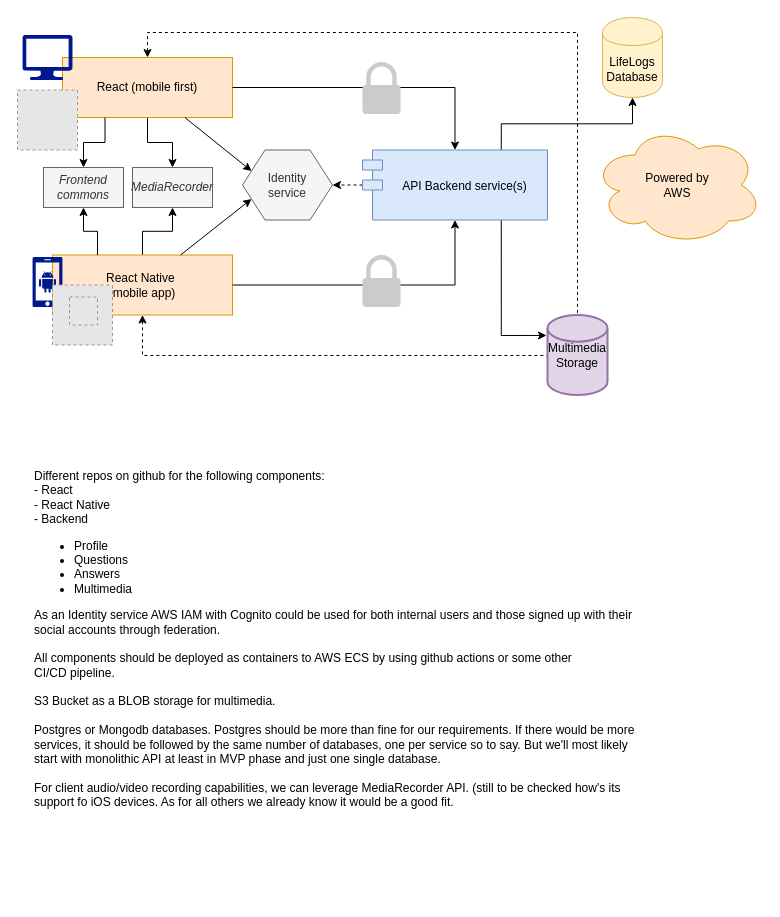
Before: Life Logs Overview.drawio in gmarkoss/life-logs-poc, a draw.io diagram. Source tidied: cells renumbered, new cells numbered last; positions are measured from the earlier drawing's top-left corner, leaving out a move shared by most shapes. Both pictures are drawn from the tidied source at 100%, with x=0, y=0 at pixel (17, 17). Pictures stored in the file or linked from it are replaced by grey dashed boxes.
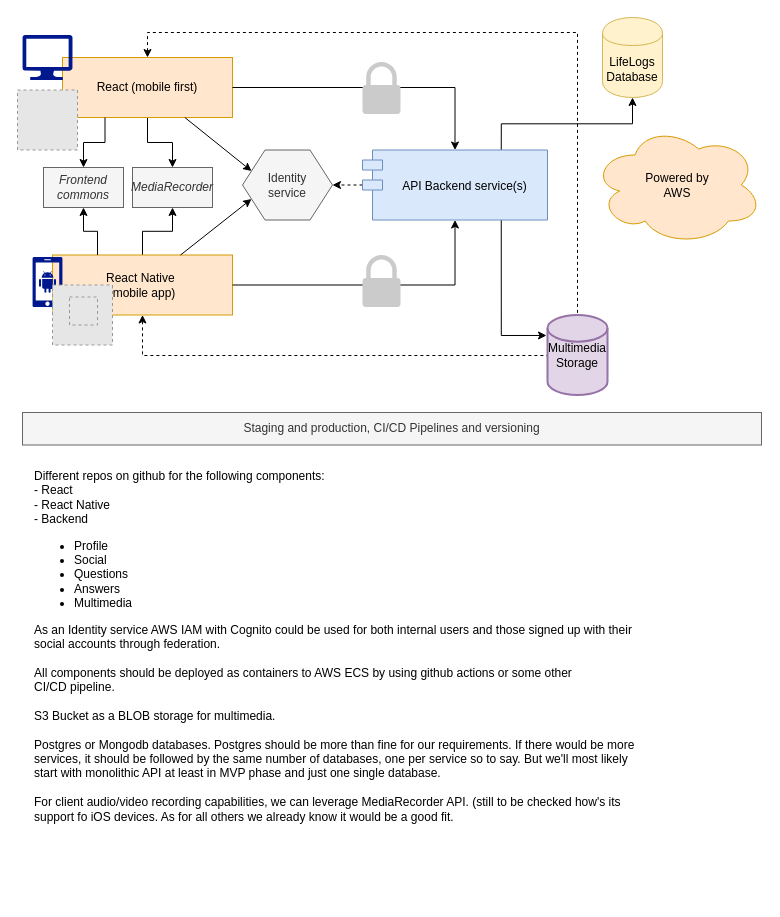
The same diagram, later.

What changed in the source:
```diff
@@
-    <mxCell id="26" value="Different repos on github for the following components:&lt;br&gt;- React&lt;br&gt;- React Native&lt;br&gt;- Backend&lt;br&gt;&lt;ul&gt;&lt;li&gt;Profile&lt;/li&gt;&lt;li&gt;Questions&lt;/li&gt;&lt;li&gt;Answers&lt;/li&gt;&lt;li&gt;Multimedia&lt;/li&gt;&lt;/ul&gt;&lt;div&gt;As an Identity service AWS IAM with Cognito could be used for both internal users and those signed up with their social accounts through federation.&lt;br&gt;&lt;br&gt;&lt;/div&gt;&lt;div&gt;All components should be deployed as containers to AWS ECS by using github actions or some other&amp;nbsp;&lt;/div&gt;CI/CD pipeline&lt;span&gt;.&lt;/span&gt;&lt;br&gt;&lt;div&gt;&lt;br&gt;S3 Bucket as a BLOB storage for multimedia.&lt;br&gt;&lt;br&gt;Postgres or Mongodb databases. Postgres should be more than fine for our requirements. If there would be more services, it should be followed by the same number of databases, one per service so to say. But we'll most likely start with monolithic API at least in MVP phase and just one single database.&lt;/div&gt;&lt;div&gt;&lt;br&gt;&lt;/div&gt;&lt;div&gt;For client audio/video recording capabilities, we can leverage MediaRecorder API. (still to be checked how's its support fo iOS devices. As for all others we already know it would be a good fit.&lt;br&gt;&lt;br&gt;&lt;br&gt;&lt;/div&gt;" style="text;html=1;strokeColor=none;fillColor=none;align=left;verticalAlign=top;whiteSpace=wrap;rounded=0;horizontal=1;" parent="1" vertex="1">
+    <mxCell id="26" value="Different repos on github for the following components:&lt;br&gt;- React&lt;br&gt;- React Native&lt;br&gt;- Backend&lt;br&gt;&lt;ul&gt;&lt;li&gt;Profile&lt;/li&gt;&lt;li&gt;Social&lt;/li&gt;&lt;li&gt;Questions&lt;/li&gt;&lt;li&gt;Answers&lt;/li&gt;&lt;li&gt;Multimedia&lt;/li&gt;&lt;/ul&gt;&lt;div&gt;As an Identity service AWS IAM with Cognito could be used for both internal users and those signed up with their social accounts through federation.&lt;br&gt;&lt;br&gt;&lt;/div&gt;&lt;div&gt;All components should be deployed as containers to AWS ECS by using github actions or some other&amp;nbsp;&lt;/div&gt;CI/CD pipeline&lt;span&gt;.&lt;/span&gt;&lt;br&gt;&lt;div&gt;&lt;br&gt;S3 Bucket as a BLOB storage for multimedia.&lt;br&gt;&lt;br&gt;Postgres or Mongodb databases. Postgres should be more than fine for our requirements. If there would be more services, it should be followed by the same number of databases, one per service so to say. But we'll most likely start with monolithic API at least in MVP phase and just one single database.&lt;/div&gt;&lt;div&gt;&lt;br&gt;&lt;/div&gt;&lt;div&gt;For client audio/video recording capabilities, we can leverage MediaRecorder API. (still to be checked how's its support fo iOS devices. As for all others we already know it would be a good fit.&lt;br&gt;&lt;br&gt;&lt;br&gt;&lt;/div&gt;" style="text;html=1;strokeColor=none;fillColor=none;align=left;verticalAlign=top;whiteSpace=wrap;rounded=0;horizontal=1;" parent="1" vertex="1">
       <mxGeometry x="15" y="445" width="609" height="437.5" as="geometry" />
     </mxCell>
@@
+    <mxCell id="32" value="Staging and production, CI/CD Pipelines and versioning" style="rounded=0;whiteSpace=wrap;html=1;fillColor=#f5f5f5;strokeColor=#666666;fontColor=#333333;" parent="1" vertex="1">
+      <mxGeometry x="5" y="395" width="739" height="32.5" as="geometry" />
+    </mxCell>
```
